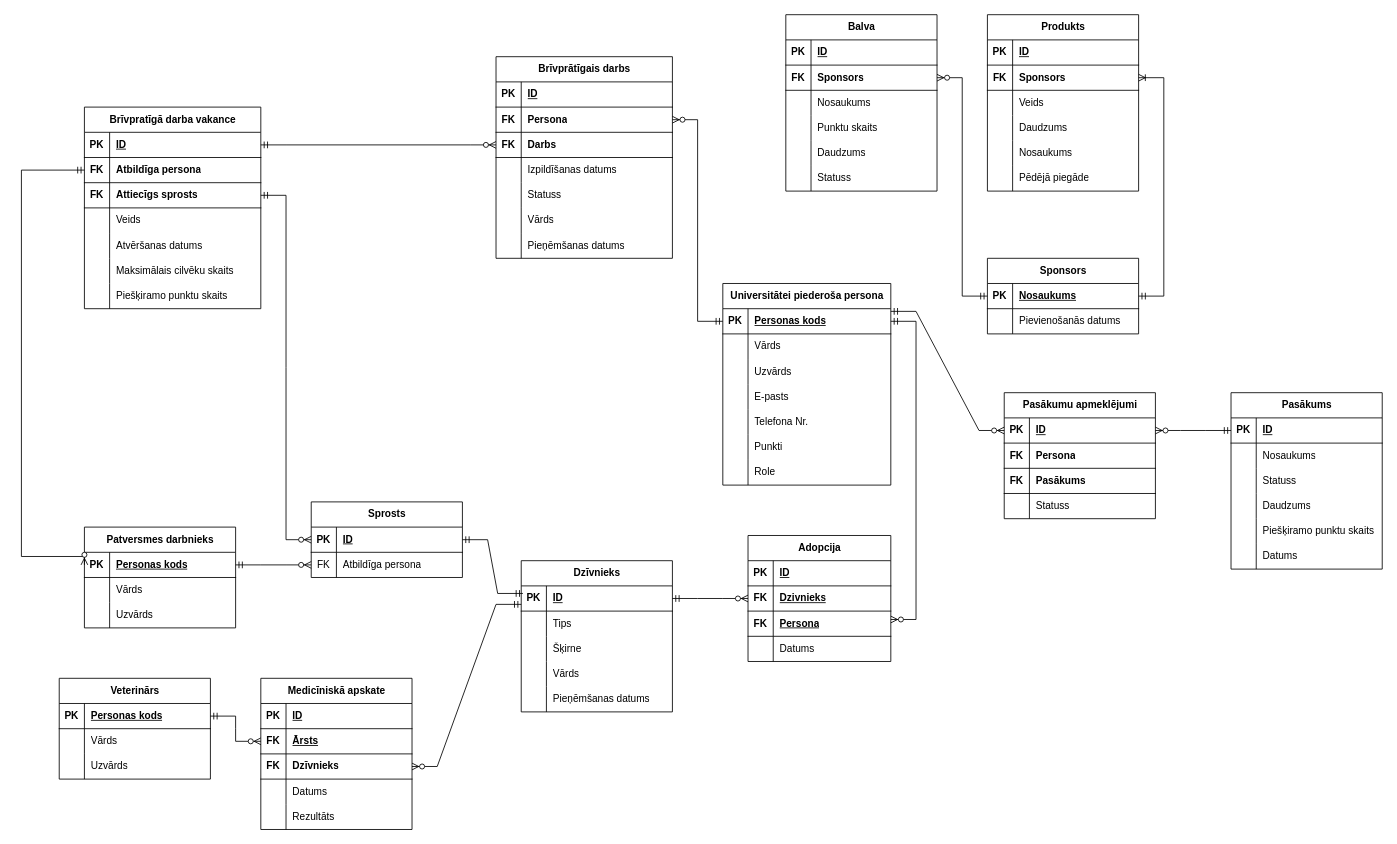
This is Animal shelter.drawio from Boris-Zalov/richat, a draw.io file, before an edit. Source tidied: cells renumbered, new cells numbered last; positions are measured from the earlier drawing's top-left corner, leaving out a move shared by most shapes. Both pictures are drawn from the tidied source at 84%, with x=0, y=0 at pixel (21, 14).
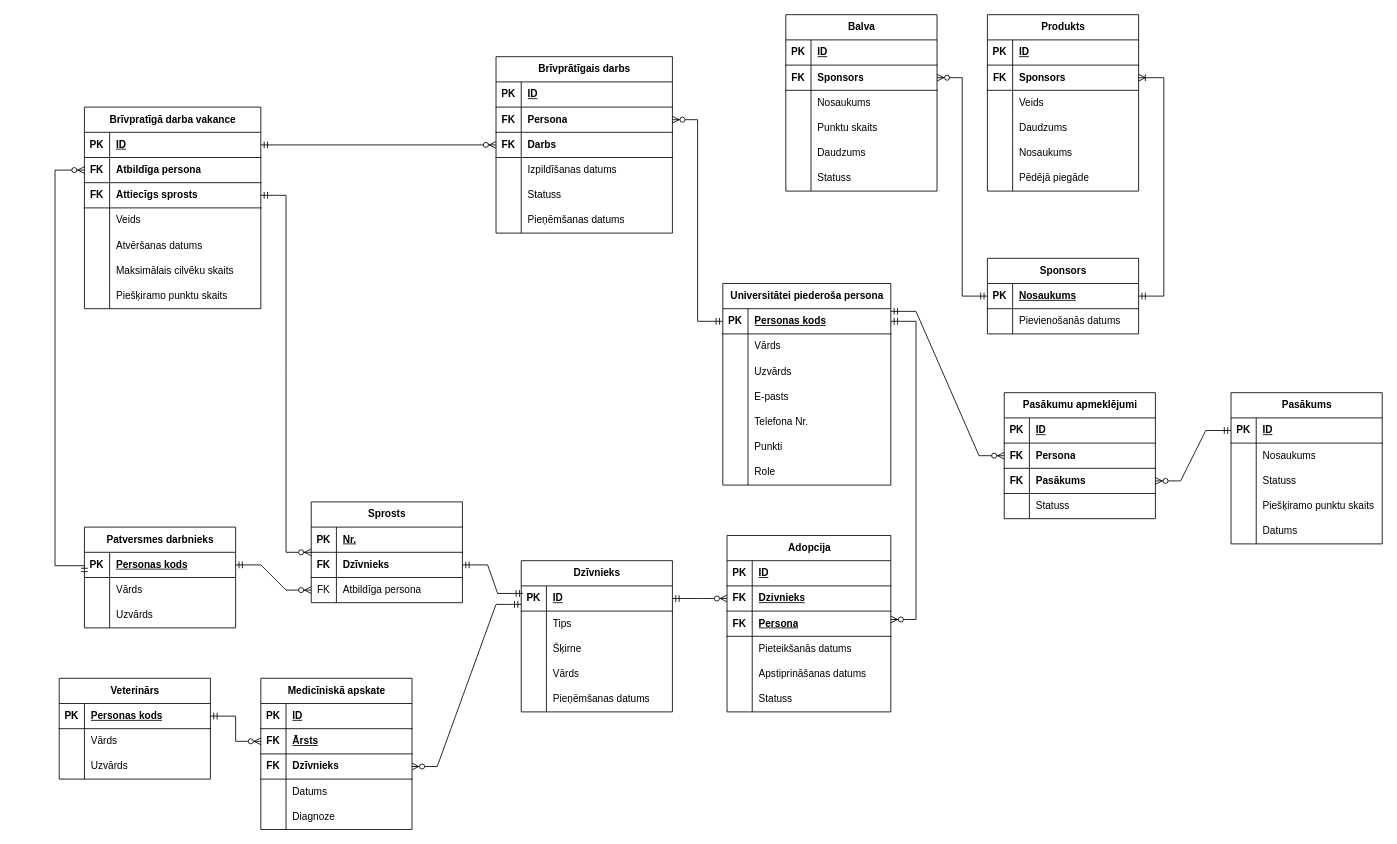
After the change.

Unchanged cells that the change refers to:
```xml
<mxCell id="70" style="shape=tableRow;horizontal=0;startSize=0;swimlaneHead=0;swimlaneBody=0;fillColor=none;top=0;left=0;right=0;bottom=0;" parent="57" vertex="1">
  <mxGeometry y="150" width="180" height="30" as="geometry" />
</mxCell>
<mxCell id="74" style="shape=tableRow;horizontal=0;startSize=0;swimlaneHead=0;swimlaneBody=0;fillColor=none;points=[[0,0.5],[1,0.5]];portConstraint=eastwest;top=0;left=0;right=0;bottom=1;" parent="73" vertex="1">
  <mxGeometry y="30" width="180" height="30" as="geometry" />
</mxCell>
<mxCell id="108" style="shape=tableRow;horizontal=0;startSize=0;swimlaneHead=0;swimlaneBody=0;fillColor=none;points=[[0,0.5],[1,0.5]];portConstraint=eastwest;top=0;left=0;right=0;bottom=1;" parent="107" vertex="1">
  <mxGeometry y="30" width="180" height="30" as="geometry" />
</mxCell>
<mxCell id="127" style="shape=tableRow;horizontal=0;startSize=0;swimlaneHead=0;swimlaneBody=0;fillColor=none;points=[[0,0.5],[1,0.5]];portConstraint=eastwest;top=0;left=0;right=0;bottom=1;" parent="126" vertex="1">
  <mxGeometry y="30" width="200" height="30" as="geometry" />
</mxCell>
<mxCell id="150" style="shape=tableRow;horizontal=0;startSize=0;swimlaneHead=0;swimlaneBody=0;fillColor=none;top=0;left=0;right=0;bottom=1;" parent="149" vertex="1">
  <mxGeometry y="30" width="180" height="30" as="geometry" />
</mxCell>
<mxCell id="183" style="shape=tableRow;horizontal=0;startSize=0;swimlaneHead=0;swimlaneBody=0;fillColor=none;points=[[0,0.5],[1,0.5]];portConstraint=eastwest;top=0;left=0;right=0;bottom=1;" parent="179" vertex="1">
  <mxGeometry y="60" width="210" height="30" as="geometry" />
</mxCell>
<mxCell id="205" style="shape=tableRow;horizontal=0;startSize=0;swimlaneHead=0;swimlaneBody=0;fillColor=none;points=[[0,0.5],[1,0.5]];portConstraint=eastwest;top=0;left=0;right=0;bottom=1;" parent="204" vertex="1">
  <mxGeometry y="30" width="180" height="30" as="geometry" />
</mxCell>
<mxCell id="217" style="shape=tableRow;horizontal=0;startSize=0;swimlaneHead=0;swimlaneBody=0;fillColor=none;points=[[0,0.5],[1,0.5]];portConstraint=eastwest;top=0;left=0;right=0;bottom=1;" parent="216" vertex="1">
  <mxGeometry y="30" width="180" height="30" as="geometry" />
</mxCell>
<mxCell id="220" style="shape=tableRow;horizontal=0;startSize=0;swimlaneHead=0;swimlaneBody=0;fillColor=none;points=[[0,0.5],[1,0.5]];portConstraint=eastwest;top=0;left=0;right=0;bottom=1;" parent="216" vertex="1">
  <mxGeometry y="60" width="180" height="30" as="geometry" />
</mxCell>
<mxCell id="223" style="shape=tableRow;horizontal=0;startSize=0;swimlaneHead=0;swimlaneBody=0;fillColor=none;points=[[0,0.5],[1,0.5]];portConstraint=eastwest;top=0;left=0;right=0;bottom=1;" parent="216" vertex="1">
  <mxGeometry y="90" width="180" height="30" as="geometry" />
</mxCell>
```

Change to the diagram source:
```diff
@@
-    <mxCell id="72" value="Rezultāts" style="shape=partialRectangle;fillColor=none;top=0;left=0;bottom=0;right=0;align=left;spacingLeft=6;overflow=hidden;whiteSpace=wrap;html=1;" parent="70" vertex="1">
+    <mxCell id="72" value="Diagnoze" style="shape=partialRectangle;fillColor=none;top=0;left=0;bottom=0;right=0;align=left;spacingLeft=6;overflow=hidden;whiteSpace=wrap;html=1;" parent="70" vertex="1">
       <mxGeometry x="30" width="150" height="30" as="geometry" />
     </mxCell>
@@
     <mxCell id="89" value="Adopcija" style="shape=table;startSize=30;childLayout=tableLayout;rowLines=0;fontStyle=1;align=center;html=1;" parent="1" vertex="1">
-      <mxGeometry x="865" y="620" width="170" height="150" as="geometry" />
+      <mxGeometry x="840" y="620" width="195" height="210" as="geometry" />
     </mxCell>
     <mxCell id="90" style="shape=tableRow;horizontal=0;startSize=0;swimlaneHead=0;swimlaneBody=0;fillColor=none;top=0;left=0;right=0;bottom=1;" parent="89" vertex="1">
-      <mxGeometry y="30" width="170" height="30" as="geometry" />
+      <mxGeometry y="30" width="195" height="30" as="geometry" />
     </mxCell>
@@
     <mxCell id="92" value="ID" style="shape=partialRectangle;fillColor=none;top=0;left=0;bottom=0;right=0;align=left;spacingLeft=6;fontStyle=5;overflow=hidden;whiteSpace=wrap;html=1;" parent="90" vertex="1">
-      <mxGeometry x="30" width="140" height="30" as="geometry" />
+      <mxGeometry x="30" width="165" height="30" as="geometry" />
     </mxCell>
     <mxCell id="93" style="shape=tableRow;horizontal=0;startSize=0;swimlaneHead=0;swimlaneBody=0;fillColor=none;points=[[0,0.5],[1,0.5]];portConstraint=eastwest;top=0;left=0;right=0;bottom=1;" parent="89" vertex="1">
-      <mxGeometry y="60" width="170" height="30" as="geometry" />
+      <mxGeometry y="60" width="195" height="30" as="geometry" />
     </mxCell>
@@
     <mxCell id="95" value="Dzivnieks" style="shape=partialRectangle;fillColor=none;top=0;left=0;bottom=0;right=0;align=left;spacingLeft=6;fontStyle=5;overflow=hidden;whiteSpace=wrap;html=1;" parent="93" vertex="1">
-      <mxGeometry x="30" width="140" height="30" as="geometry" />
+      <mxGeometry x="30" width="165" height="30" as="geometry" />
     </mxCell>
     <mxCell id="96" style="shape=tableRow;horizontal=0;startSize=0;swimlaneHead=0;swimlaneBody=0;fillColor=none;points=[[0,0.5],[1,0.5]];portConstraint=eastwest;top=0;left=0;right=0;bottom=1;" parent="89" vertex="1">
-      <mxGeometry y="90" width="170" height="30" as="geometry" />
+      <mxGeometry y="90" width="195" height="30" as="geometry" />
     </mxCell>
@@
     <mxCell id="98" value="Persona" style="shape=partialRectangle;fillColor=none;top=0;left=0;bottom=0;right=0;align=left;spacingLeft=6;fontStyle=5;overflow=hidden;whiteSpace=wrap;html=1;" parent="96" vertex="1">
-      <mxGeometry x="30" width="140" height="30" as="geometry" />
+      <mxGeometry x="30" width="165" height="30" as="geometry" />
     </mxCell>
     <mxCell id="99" style="shape=tableRow;horizontal=0;startSize=0;swimlaneHead=0;swimlaneBody=0;fillColor=none;top=0;left=0;right=0;bottom=0;" parent="89" vertex="1">
-      <mxGeometry y="120" width="170" height="30" as="geometry" />
+      <mxGeometry y="120" width="195" height="30" as="geometry" />
     </mxCell>
@@
-    <mxCell id="101" value="Datums" style="shape=partialRectangle;fillColor=none;top=0;left=0;bottom=0;right=0;align=left;spacingLeft=6;overflow=hidden;whiteSpace=wrap;html=1;" parent="99" vertex="1">
-      <mxGeometry x="30" width="140" height="30" as="geometry" />
+    <mxCell id="101" value="Pieteikšanās datums" style="shape=partialRectangle;fillColor=none;top=0;left=0;bottom=0;right=0;align=left;spacingLeft=6;overflow=hidden;whiteSpace=wrap;html=1;" parent="99" vertex="1">
+      <mxGeometry x="30" width="165" height="30" as="geometry" />
     </mxCell>
+    <mxCell id="231" style="shape=tableRow;horizontal=0;startSize=0;swimlaneHead=0;swimlaneBody=0;fillColor=none;top=0;left=0;right=0;bottom=0;" parent="89" vertex="1">
+      <mxGeometry y="150" width="195" height="30" as="geometry" />
+    </mxCell>
+    <mxCell id="232" style="shape=partialRectangle;fillColor=none;top=0;left=0;bottom=0;right=0;overflow=hidden;whiteSpace=wrap;html=1;" parent="231" vertex="1">
+      <mxGeometry width="30" height="30" as="geometry" />
+    </mxCell>
+    <mxCell id="233" value="Apstiprināšanas datums" style="shape=partialRectangle;fillColor=none;top=0;left=0;bottom=0;right=0;align=left;spacingLeft=6;overflow=hidden;whiteSpace=wrap;html=1;" parent="231" vertex="1">
+      <mxGeometry x="30" width="165" height="30" as="geometry" />
+    </mxCell>
+    <mxCell id="234" style="shape=tableRow;horizontal=0;startSize=0;swimlaneHead=0;swimlaneBody=0;fillColor=none;top=0;left=0;right=0;bottom=0;" parent="89" vertex="1">
+      <mxGeometry y="180" width="195" height="30" as="geometry" />
+    </mxCell>
+    <mxCell id="235" style="shape=partialRectangle;fillColor=none;top=0;left=0;bottom=0;right=0;overflow=hidden;whiteSpace=wrap;html=1;" parent="234" vertex="1">
+      <mxGeometry width="30" height="30" as="geometry" />
+    </mxCell>
+    <mxCell id="236" value="Statuss" style="shape=partialRectangle;fillColor=none;top=0;left=0;bottom=0;right=0;align=left;spacingLeft=6;overflow=hidden;whiteSpace=wrap;html=1;" parent="234" vertex="1">
+      <mxGeometry x="30" width="165" height="30" as="geometry" />
+    </mxCell>
@@
     <mxCell id="107" value="Pasākums" style="shape=table;startSize=30;childLayout=tableLayout;rowLines=0;fontStyle=1;align=center;html=1;" parent="1" vertex="1">
-      <mxGeometry x="1440" y="450" width="180" height="210" as="geometry" />
+      <mxGeometry x="1440" y="450" width="180" height="180" as="geometry" />
     </mxCell>
@@
-    <mxCell id="117" style="shape=tableRow;horizontal=0;startSize=0;swimlaneHead=0;swimlaneBody=0;fillColor=none;top=0;left=0;right=0;bottom=0;" parent="107" vertex="1">
-      <mxGeometry y="120" width="180" height="30" as="geometry" />
-    </mxCell>
-    <mxCell id="118" style="shape=partialRectangle;fillColor=none;top=0;left=0;bottom=0;right=0;overflow=hidden;whiteSpace=wrap;html=1;" parent="117" vertex="1">
-      <mxGeometry width="30" height="30" as="geometry" />
-    </mxCell>
-    <mxCell id="119" value="Daudzums" style="shape=partialRectangle;fillColor=none;top=0;left=0;bottom=0;right=0;align=left;spacingLeft=6;overflow=hidden;whiteSpace=wrap;html=1;" parent="117" vertex="1">
-      <mxGeometry x="30" width="150" height="30" as="geometry" />
-    </mxCell>
     <mxCell id="120" style="shape=tableRow;horizontal=0;startSize=0;swimlaneHead=0;swimlaneBody=0;fillColor=none;top=0;left=0;right=0;bottom=0;" parent="107" vertex="1">
-      <mxGeometry y="150" width="180" height="30" as="geometry" />
+      <mxGeometry y="120" width="180" height="30" as="geometry" />
     </mxCell>
@@
     <mxCell id="123" style="shape=tableRow;horizontal=0;startSize=0;swimlaneHead=0;swimlaneBody=0;fillColor=none;top=0;left=0;right=0;bottom=0;" parent="107" vertex="1">
-      <mxGeometry y="180" width="180" height="30" as="geometry" />
+      <mxGeometry y="150" width="180" height="30" as="geometry" />
     </mxCell>
@@
     <mxCell id="149" value="Sprosts" style="shape=table;startSize=30;childLayout=tableLayout;rowLines=0;fontStyle=1;align=center;html=1;" parent="1" vertex="1">
-      <mxGeometry x="345" y="580" width="180" height="90" as="geometry" />
+      <mxGeometry x="345" y="580" width="180" height="120" as="geometry" />
     </mxCell>
@@
-    <mxCell id="152" value="ID" style="shape=partialRectangle;fillColor=none;top=0;left=0;bottom=0;right=0;align=left;spacingLeft=6;fontStyle=5;overflow=hidden;whiteSpace=wrap;html=1;" parent="150" vertex="1">
+    <mxCell id="152" value="Nr." style="shape=partialRectangle;fillColor=none;top=0;left=0;bottom=0;right=0;align=left;spacingLeft=6;fontStyle=5;overflow=hidden;whiteSpace=wrap;html=1;" parent="150" vertex="1">
       <mxGeometry x="30" width="150" height="30" as="geometry" />
     </mxCell>
+    <mxCell id="237" style="shape=tableRow;horizontal=0;startSize=0;swimlaneHead=0;swimlaneBody=0;fillColor=none;points=[[0,0.5],[1,0.5]];portConstraint=eastwest;top=0;left=0;right=0;bottom=1;" parent="149" vertex="1">
+      <mxGeometry y="60" width="180" height="30" as="geometry" />
+    </mxCell>
+    <mxCell id="238" value="FK" style="shape=partialRectangle;fillColor=none;top=0;left=0;bottom=0;right=0;fontStyle=1;overflow=hidden;whiteSpace=wrap;html=1;" parent="237" vertex="1">
+      <mxGeometry width="30" height="30" as="geometry" />
+    </mxCell>
+    <mxCell id="239" value="Dzīvnieks" style="shape=partialRectangle;fillColor=none;top=0;left=0;bottom=0;right=0;align=left;spacingLeft=6;fontStyle=1;overflow=hidden;whiteSpace=wrap;html=1;" parent="237" vertex="1">
+      <mxGeometry x="30" width="150" height="30" as="geometry" />
+    </mxCell>
     <mxCell id="153" style="shape=tableRow;horizontal=0;startSize=0;swimlaneHead=0;swimlaneBody=0;fillColor=none;points=[[0,0.5],[1,0.5]];portConstraint=eastwest;top=0;left=0;right=0;bottom=0;" parent="149" vertex="1">
-      <mxGeometry y="60" width="180" height="30" as="geometry" />
+      <mxGeometry y="90" width="180" height="30" as="geometry" />
     </mxCell>
@@
-    <mxCell id="156" style="edgeStyle=entityRelationEdgeStyle;fontSize=12;html=1;endArrow=ERmandOne;startArrow=ERmandOne;rounded=0;exitX=0.011;exitY=0.3;exitDx=0;exitDy=0;exitPerimeter=0;entryX=1;entryY=0.5;entryDx=0;entryDy=0;" parent="1" edge="1" source="74" target="149">
+    <mxCell id="156" style="edgeStyle=entityRelationEdgeStyle;fontSize=12;html=1;endArrow=ERmandOne;startArrow=ERmandOne;rounded=0;exitX=0.011;exitY=0.3;exitDx=0;exitDy=0;exitPerimeter=0;entryX=1;entryY=0.5;entryDx=0;entryDy=0;" parent="1" edge="1" source="74" target="237">
       <mxGeometry relative="1" as="geometry" />
     </mxCell>
     <mxCell id="157" value="Brīvprātīgais darbs" style="shape=table;startSize=30;childLayout=tableLayout;rowLines=0;fontStyle=1;align=center;html=1;" parent="1" vertex="1">
-      <mxGeometry x="565" y="50" width="210" height="240" as="geometry" />
+      <mxGeometry x="565" y="50" width="210" height="210" as="geometry" />
     </mxCell>
@@
-    <mxCell id="173" style="shape=tableRow;horizontal=0;startSize=0;swimlaneHead=0;swimlaneBody=0;fillColor=none;top=0;left=0;right=0;bottom=0;" parent="157" vertex="1">
-      <mxGeometry y="180" width="210" height="30" as="geometry" />
-    </mxCell>
-    <mxCell id="174" style="shape=partialRectangle;fillColor=none;top=0;left=0;bottom=0;right=0;overflow=hidden;whiteSpace=wrap;html=1;" parent="173" vertex="1">
-      <mxGeometry width="30" height="30" as="geometry" />
-    </mxCell>
-    <mxCell id="175" value="Vārds" style="shape=partialRectangle;fillColor=none;top=0;left=0;bottom=0;right=0;align=left;spacingLeft=6;overflow=hidden;whiteSpace=wrap;html=1;" parent="173" vertex="1">
-      <mxGeometry x="30" width="180" height="30" as="geometry" />
-    </mxCell>
     <mxCell id="176" style="shape=tableRow;horizontal=0;startSize=0;swimlaneHead=0;swimlaneBody=0;fillColor=none;top=0;left=0;right=0;bottom=0;" parent="157" vertex="1">
-      <mxGeometry y="210" width="210" height="30" as="geometry" />
+      <mxGeometry y="180" width="210" height="30" as="geometry" />
     </mxCell>
@@
-    <mxCell id="215" style="edgeStyle=orthogonalEdgeStyle;fontSize=12;html=1;endArrow=ERzeroToMany;startArrow=ERmandOne;rounded=0;entryX=0;entryY=0.5;entryDx=0;entryDy=0;exitX=0;exitY=0.5;exitDx=0;exitDy=0;" parent="1" edge="1" source="183" target="205">
+    <mxCell id="215" style="edgeStyle=orthogonalEdgeStyle;fontSize=12;html=1;endArrow=ERzeroToMany;startArrow=ERmandOne;rounded=0;exitX=0;exitY=0.5;exitDx=0;exitDy=0;entryX=0;entryY=0.5;entryDx=0;entryDy=0;" parent="1" edge="1" source="205" target="183">
       <mxGeometry relative="1" as="geometry">
         <Array as="points">
-          <mxPoint y="185" />
-          <mxPoint y="645" />
-          <mxPoint x="75" y="645" />
+          <mxPoint x="40" y="656" />
+          <mxPoint x="40" y="185" />
         </Array>
       </mxGeometry>
     </mxCell>
@@
-    <mxCell id="229" style="edgeStyle=entityRelationEdgeStyle;fontSize=12;html=1;endArrow=ERzeroToMany;startArrow=ERmandOne;rounded=0;exitX=1;exitY=0.106;exitDx=0;exitDy=0;exitPerimeter=0;entryX=0;entryY=0.5;entryDx=0;entryDy=0;" parent="1" edge="1" source="127" target="217">
+    <mxCell id="229" style="edgeStyle=entityRelationEdgeStyle;fontSize=12;html=1;endArrow=ERzeroToMany;startArrow=ERmandOne;rounded=0;exitX=1;exitY=0.106;exitDx=0;exitDy=0;exitPerimeter=0;entryX=0;entryY=0.5;entryDx=0;entryDy=0;" parent="1" edge="1" source="127" target="220">
       <mxGeometry relative="1" as="geometry" />
     </mxCell>
-    <mxCell id="230" style="edgeStyle=entityRelationEdgeStyle;fontSize=12;html=1;endArrow=ERzeroToMany;startArrow=ERmandOne;rounded=0;entryX=1;entryY=0.5;entryDx=0;entryDy=0;exitX=0;exitY=0.5;exitDx=0;exitDy=0;" parent="1" edge="1" source="108" target="217">
+    <mxCell id="230" style="edgeStyle=entityRelationEdgeStyle;fontSize=12;html=1;endArrow=ERzeroToMany;startArrow=ERmandOne;rounded=0;entryX=1;entryY=0.5;entryDx=0;entryDy=0;exitX=0;exitY=0.5;exitDx=0;exitDy=0;" parent="1" edge="1" source="108" target="223">
       <mxGeometry relative="1" as="geometry" />
     </mxCell>
```
